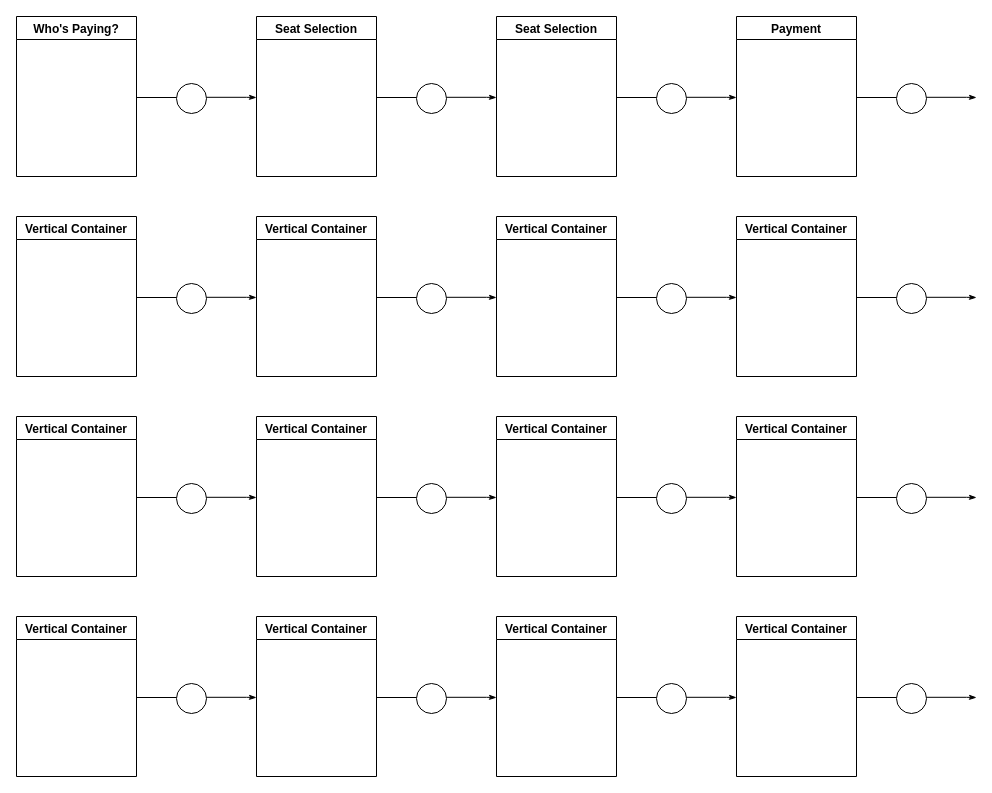
davidjbuchanan/todo_pretty_printed_example keeps this draw.io diagram as page "Page-3" (3 of 3) of Untitled Diagram.drawio. Above is the earlier version. Source tidied: cells renumbered, new cells numbered last; positions are measured from the earlier drawing's top-left corner, leaving out a move shared by most shapes. Both pictures are drawn from the tidied source at 100%, with x=0, y=0 at pixel (16, 16).
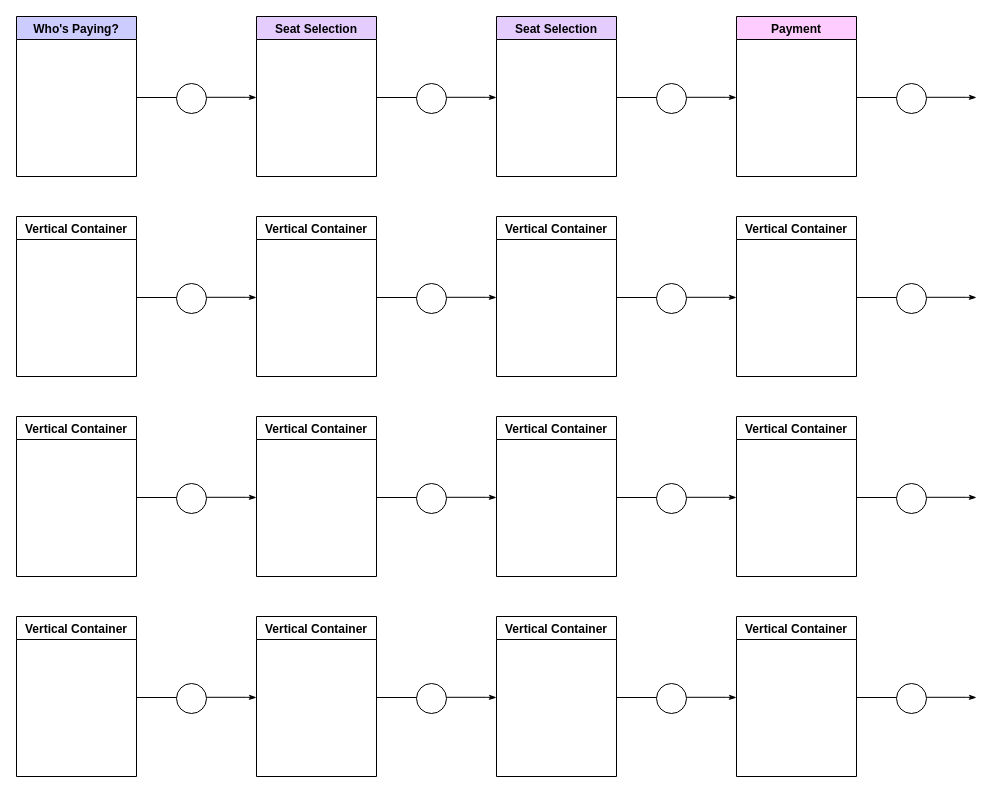
After the change.

What changed in the source:
```diff
@@
-    <mxCell id="3" value="Who's Paying?" style="swimlane;" parent="1" vertex="1">
+    <mxCell id="3" value="Who's Paying?" style="swimlane;fillColor=#CCCCFF;" parent="1" vertex="1">
       <mxGeometry width="120" height="160" as="geometry" />
     </mxCell>
@@
-    <mxCell id="7" value="Seat Selection" style="swimlane;" parent="1" vertex="1">
+    <mxCell id="7" value="Seat Selection" style="swimlane;fillColor=#E5CCFF;" parent="1" vertex="1">
       <mxGeometry x="240" width="120" height="160" as="geometry" />
     </mxCell>
@@
-    <mxCell id="11" value="Seat Selection" style="swimlane;" parent="1" vertex="1">
+    <mxCell id="11" value="Seat Selection" style="swimlane;fillColor=#E5CCFF;" parent="1" vertex="1">
       <mxGeometry x="480" width="120" height="160" as="geometry" />
     </mxCell>
@@
-    <mxCell id="15" value="Payment" style="swimlane;" parent="1" vertex="1">
+    <mxCell id="15" value="Payment" style="swimlane;fillColor=#FFCCFF;" parent="1" vertex="1">
       <mxGeometry x="720" width="120" height="160" as="geometry" />
     </mxCell>
```
